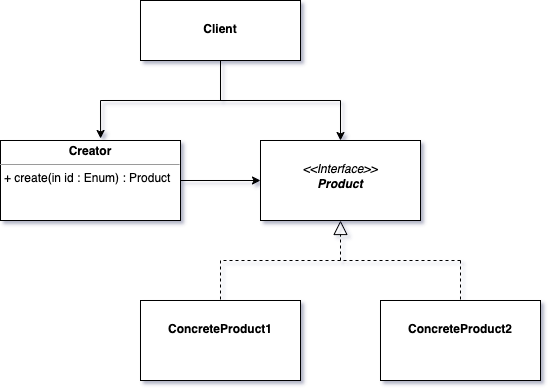
Earlier version of the draw.io export img/factory_method.png (cmbrandt/cxx-fundamentals). Source tidied: cells renumbered, new cells last; positions are measured from the earlier drawing's top-left corner, leaving out a move shared by most shapes.
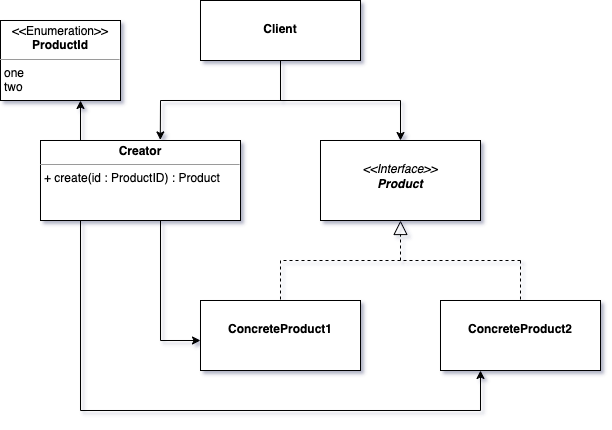
After the commit.

What changed in the source:
```diff
@@ -3,10 +3,10 @@
     <mxCell id="0" />
     <mxCell id="1" parent="0" />
     <mxCell id="2" value="&lt;p style=&quot;margin:0px;margin-top:4px;text-align:center;&quot;&gt;&lt;b&gt;&lt;br&gt;&lt;/b&gt;&lt;/p&gt;&lt;p style=&quot;margin:0px;margin-top:4px;text-align:center;&quot;&gt;&lt;b&gt;ConcreteProduct1&lt;/b&gt;&lt;/p&gt;&lt;p style=&quot;margin:0px;margin-left:4px;&quot;&gt;&lt;br&gt;&lt;/p&gt;" style="verticalAlign=top;align=left;overflow=fill;fontSize=12;fontFamily=Helvetica;html=1;whiteSpace=wrap;labelBackgroundColor=none;" parent="1" vertex="1">
-      <mxGeometry x="140" y="300" width="160" height="80" as="geometry" />
+      <mxGeometry x="140" y="300" width="160" height="70" as="geometry" />
     </mxCell>
     <mxCell id="3" value="&lt;p style=&quot;margin:0px;margin-top:4px;text-align:center;&quot;&gt;&lt;b&gt;&lt;br&gt;&lt;/b&gt;&lt;/p&gt;&lt;p style=&quot;margin:0px;margin-top:4px;text-align:center;&quot;&gt;&lt;b&gt;ConcreteProduct2&lt;/b&gt;&lt;/p&gt;&lt;p style=&quot;margin:0px;margin-left:4px;&quot;&gt;&lt;br&gt;&lt;/p&gt;" style="verticalAlign=top;align=left;overflow=fill;fontSize=12;fontFamily=Helvetica;html=1;whiteSpace=wrap;labelBackgroundColor=none;" parent="1" vertex="1">
-      <mxGeometry x="380" y="300" width="160" height="80" as="geometry" />
+      <mxGeometry x="380" y="300" width="160" height="70" as="geometry" />
     </mxCell>
     <mxCell id="4" style="endArrow=none;startArrow=none;endFill=0;startFill=0;endSize=8;html=1;verticalAlign=bottom;dashed=1;labelBackgroundColor=none;dashPattern=1 2;rounded=0;entryX=0.5;entryY=0;entryDx=0;entryDy=0;fontColor=default;" parent="1" edge="1" target="2">
       <mxGeometry relative="1" as="geometry">
@@ -46,18 +46,15 @@
     <mxCell id="11" value="&lt;p style=&quot;margin:0px;margin-top:4px;text-align:center;&quot;&gt;&lt;br&gt;&lt;/p&gt;&lt;p style=&quot;margin:0px;margin-top:4px;text-align:center;&quot;&gt;&lt;b&gt;Client&lt;/b&gt;&lt;/p&gt;" style="verticalAlign=top;align=left;overflow=fill;fontSize=12;fontFamily=Helvetica;html=1;whiteSpace=wrap;" parent="1" vertex="1">
       <mxGeometry x="140" width="160" height="60" as="geometry" />
     </mxCell>
-    <mxCell id="12" style="endArrow=classic;html=1;rounded=0;exitX=1;exitY=0.5;exitDx=0;exitDy=0;entryX=0;entryY=0.5;entryDx=0;entryDy=0;" parent="1" edge="1" source="13" target="9">
-      <mxGeometry relative="1" as="geometry" />
-    </mxCell>
-    <mxCell id="13" value="&lt;p style=&quot;margin:0px;margin-top:4px;text-align:center;&quot;&gt;&lt;b&gt;Creator&lt;/b&gt;&lt;/p&gt;&lt;hr size=&quot;1&quot;&gt;&lt;p style=&quot;margin:0px;margin-left:4px;&quot;&gt;&lt;/p&gt;&lt;p style=&quot;margin:0px;margin-left:4px;&quot;&gt;+ create(in id : Enum) : Product&lt;/p&gt;" style="verticalAlign=top;align=left;overflow=fill;fontSize=12;fontFamily=Helvetica;html=1;whiteSpace=wrap;" parent="1" vertex="1">
-      <mxGeometry y="140" width="180" height="80" as="geometry" />
+    <mxCell id="13" value="&lt;p style=&quot;margin:0px;margin-top:4px;text-align:center;&quot;&gt;&lt;b&gt;Creator&lt;/b&gt;&lt;/p&gt;&lt;hr size=&quot;1&quot;&gt;&lt;p style=&quot;margin:0px;margin-left:4px;&quot;&gt;&lt;/p&gt;&lt;p style=&quot;margin:0px;margin-left:4px;&quot;&gt;+ create(id : ProductID) : Product&lt;/p&gt;" style="verticalAlign=top;align=left;overflow=fill;fontSize=12;fontFamily=Helvetica;html=1;whiteSpace=wrap;" parent="1" vertex="1">
+      <mxGeometry x="-20" y="140" width="200" height="80" as="geometry" />
     </mxCell>
     <mxCell id="14" style="endArrow=classic;html=1;rounded=0;entryX=0.5;entryY=0;entryDx=0;entryDy=0;" parent="1" edge="1" target="9">
       <mxGeometry relative="1" as="geometry">
         <mxPoint x="340" y="100" as="sourcePoint" />
       </mxGeometry>
     </mxCell>
-    <mxCell id="15" style="endArrow=classic;html=1;rounded=0;entryX=0.556;entryY=-0.025;entryDx=0;entryDy=0;entryPerimeter=0;" parent="1" edge="1" target="13">
+    <mxCell id="15" style="endArrow=classic;html=1;rounded=0;entryX=0.599;entryY=-0.007;entryDx=0;entryDy=0;entryPerimeter=0;" parent="1" edge="1" target="13">
       <mxGeometry relative="1" as="geometry">
         <mxPoint x="100" y="100" as="sourcePoint" />
       </mxGeometry>
@@ -73,5 +70,43 @@
         <mxPoint x="220" y="100" as="sourcePoint" />
       </mxGeometry>
     </mxCell>
+    <mxCell id="18" style="endArrow=classic;html=1;rounded=0;" parent="1" edge="1">
+      <mxGeometry relative="1" as="geometry">
+        <mxPoint x="100" y="340" as="sourcePoint" />
+        <mxPoint x="140" y="340" as="targetPoint" />
+      </mxGeometry>
+    </mxCell>
+    <mxCell id="19" style="endArrow=classic;html=1;rounded=0;entryX=0.25;entryY=1;entryDx=0;entryDy=0;" parent="1" edge="1" target="3">
+      <mxGeometry relative="1" as="geometry">
+        <mxPoint x="420" y="410" as="sourcePoint" />
+      </mxGeometry>
+    </mxCell>
+    <mxCell id="20" style="endArrow=none;html=1;rounded=0;" parent="1" edge="1">
+      <mxGeometry relative="1" as="geometry">
+        <mxPoint x="20" y="410" as="sourcePoint" />
+        <mxPoint x="420" y="410" as="targetPoint" />
+      </mxGeometry>
+    </mxCell>
+    <mxCell id="21" style="endArrow=none;html=1;rounded=0;" parent="1" edge="1">
+      <mxGeometry relative="1" as="geometry">
+        <mxPoint x="20" y="220" as="sourcePoint" />
+        <mxPoint x="20" y="410" as="targetPoint" />
+      </mxGeometry>
+    </mxCell>
+    <mxCell id="22" style="endArrow=none;html=1;rounded=0;" parent="1" edge="1">
+      <mxGeometry relative="1" as="geometry">
+        <mxPoint x="100" y="220" as="sourcePoint" />
+        <mxPoint x="100" y="340" as="targetPoint" />
+      </mxGeometry>
+    </mxCell>
+    <mxCell id="23" value="&lt;p style=&quot;margin:0px;margin-top:4px;text-align:center;&quot;&gt;&amp;lt;&amp;lt;Enumeration&amp;gt;&amp;gt;&lt;br&gt;&lt;b&gt;ProductId&lt;/b&gt;&lt;/p&gt;&lt;hr size=&quot;1&quot;&gt;&lt;p style=&quot;margin:0px;margin-left:4px;&quot;&gt;one&lt;/p&gt;&lt;p style=&quot;margin:0px;margin-left:4px;&quot;&gt;two&lt;/p&gt;&lt;p style=&quot;margin:0px;margin-left:4px;&quot;&gt;&lt;br&gt;&lt;/p&gt;" style="verticalAlign=top;align=left;overflow=fill;fontSize=12;fontFamily=Helvetica;html=1;whiteSpace=wrap;" parent="1" vertex="1">
+      <mxGeometry x="-60" y="20" width="120" height="80" as="geometry" />
+    </mxCell>
+    <mxCell id="24" style="endArrow=classic;html=1;rounded=0;" parent="1" edge="1">
+      <mxGeometry relative="1" as="geometry">
+        <mxPoint x="20" y="140" as="sourcePoint" />
+        <mxPoint x="20" y="100" as="targetPoint" />
+      </mxGeometry>
+    </mxCell>
   </root>
 </mxGraphModel>
```
